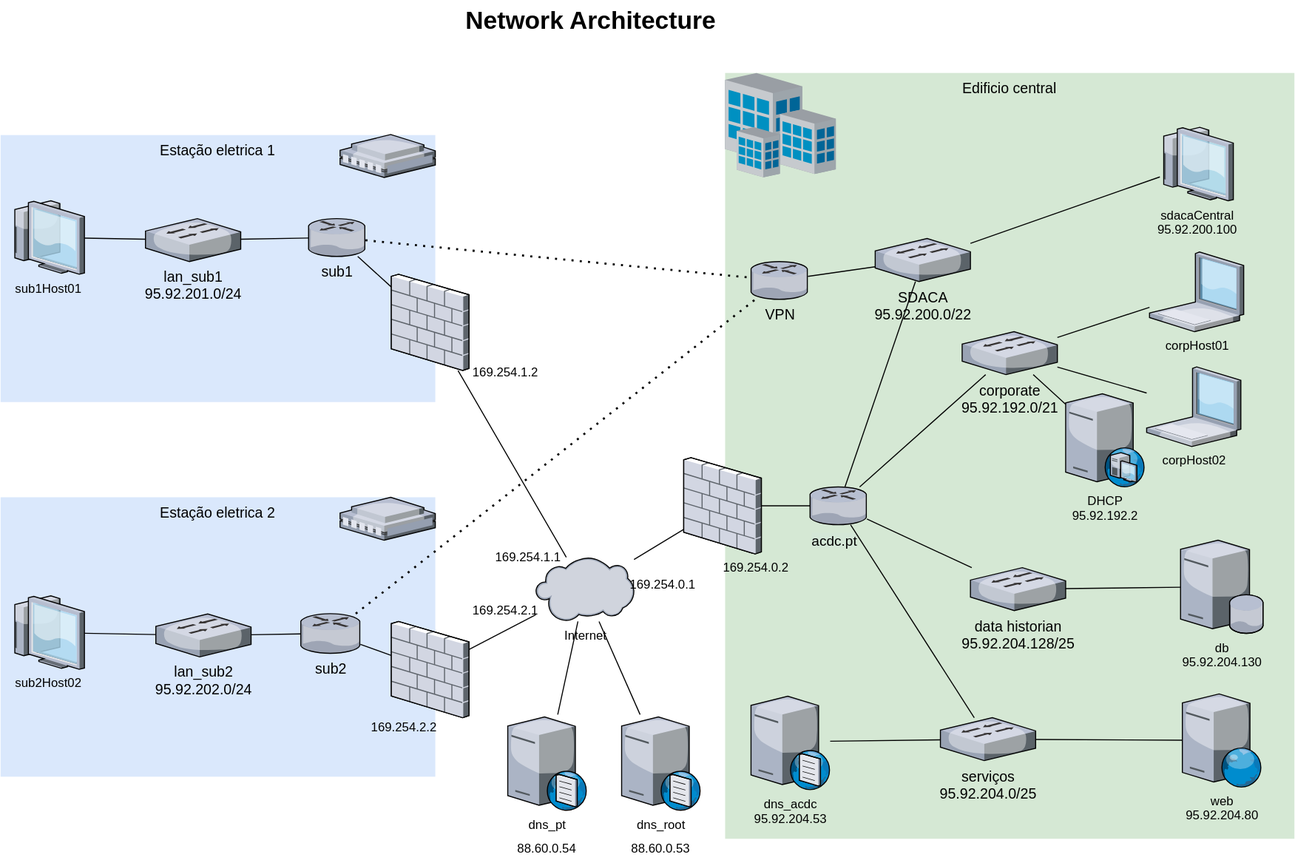
This is projArch.svg from samuelbarata/SIRS, a draw.io export, as it was before one commit. Source tidied: cells renumbered, new cells last; positions are measured from the earlier drawing's top-left corner, leaving out a move shared by most shapes.
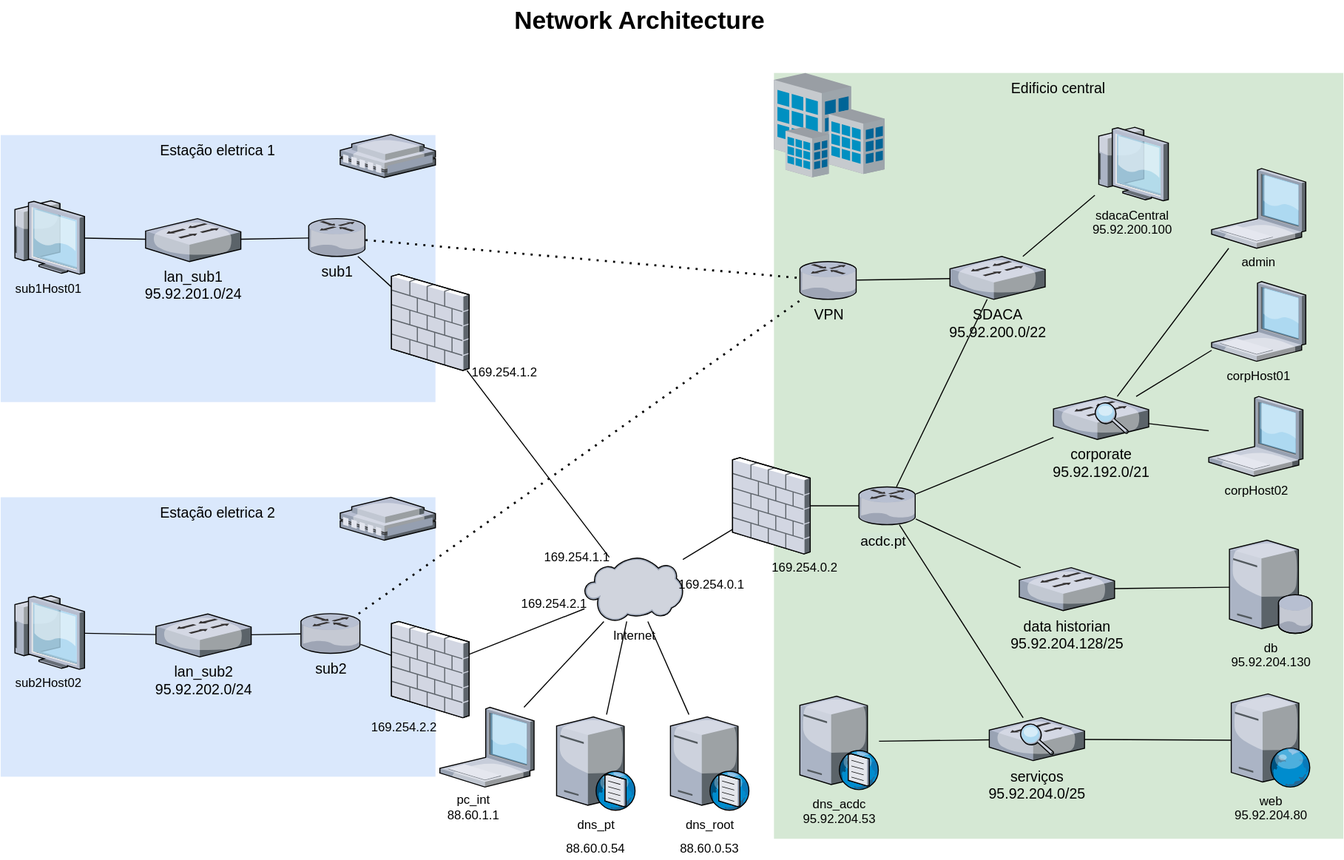
After the change.

Commit message:
add IDS, remove dhcp, add internet pc

What changed in the source:
```diff
@@ -6,7 +6,7 @@
       <mxGeometry x="700" y="70" width="550" height="740" as="geometry" />
     </mxCell>
     <mxCell id="3" value="Estação eletrica 1" style="whiteSpace=wrap;html=1;fillColor=#dae8fc;fontSize=14;strokeColor=none;verticalAlign=top;" parent="1" vertex="1">
-      <mxGeometry y="130" width="420" height="258" as="geometry" />
+      <mxGeometry x="-47" y="130" width="420" height="258" as="geometry" />
     </mxCell>
     <mxCell id="4" value="Network Architecture" style="text;strokeColor=none;fillColor=none;html=1;fontSize=24;fontStyle=1;verticalAlign=middle;align=center;" parent="1" vertex="1">
       <mxGeometry x="139" width="861" height="40" as="geometry" />
@@ -15,13 +15,13 @@
       <mxGeometry x="782" y="470" width="55" height="36.5" as="geometry" />
     </mxCell>
     <mxCell id="6" value="Estação eletrica 2" style="whiteSpace=wrap;html=1;fillColor=#dae8fc;fontSize=14;strokeColor=none;verticalAlign=top;" parent="1" vertex="1">
-      <mxGeometry y="480" width="420" height="270" as="geometry" />
+      <mxGeometry x="-47" y="480" width="420" height="270" as="geometry" />
     </mxCell>
     <mxCell id="7" value="sub2" style="verticalLabelPosition=bottom;html=1;verticalAlign=top;strokeColor=none;shape=mxgraph.citrix.router;fillColor=#66B2FF;gradientColor=#0066CC;fontSize=14;" parent="1" vertex="1">
-      <mxGeometry x="290" y="592.5" width="57.6" height="38.2" as="geometry" />
+      <mxGeometry x="243" y="592.5" width="57.6" height="38.2" as="geometry" />
     </mxCell>
     <mxCell id="8" value="sub1" style="verticalLabelPosition=bottom;html=1;verticalAlign=top;strokeColor=none;shape=mxgraph.citrix.router;fillColor=#66B2FF;gradientColor=#0066CC;fontSize=14;" parent="1" vertex="1">
-      <mxGeometry x="297.5" y="210.8" width="55" height="36.5" as="geometry" />
+      <mxGeometry x="250.5" y="210.8" width="55" height="36.5" as="geometry" />
     </mxCell>
     <mxCell id="9" style="verticalLabelPosition=bottom;html=1;verticalAlign=top;strokeColor=none;shape=mxgraph.citrix.site;fillColor=#66B2FF;gradientColor=#0066CC;fontSize=14;" parent="1" vertex="1">
       <mxGeometry x="700" y="70" width="107" height="101" as="geometry" />
@@ -29,26 +29,23 @@
     <mxCell id="10" value="dns_acdc&lt;br&gt;95.92.204.53" style="verticalLabelPosition=bottom;html=1;verticalAlign=top;strokeColor=none;align=center;outlineConnect=0;shape=mxgraph.citrix.dns_server;" parent="1" vertex="1">
       <mxGeometry x="725" y="670" width="76.5" height="92.5" as="geometry" />
     </mxCell>
-    <mxCell id="11" value="DHCP&lt;br&gt;95.92.192.2" style="verticalLabelPosition=bottom;html=1;verticalAlign=top;strokeColor=none;align=center;outlineConnect=0;shape=mxgraph.citrix.dhcp_server;" parent="1" vertex="1">
-      <mxGeometry x="1029" y="380" width="76" height="90" as="geometry" />
-    </mxCell>
     <mxCell id="12" value="web&lt;br&gt;95.92.204.80" style="verticalLabelPosition=bottom;html=1;verticalAlign=top;strokeColor=none;align=center;outlineConnect=0;shape=mxgraph.citrix.web_server;" parent="1" vertex="1">
       <mxGeometry x="1141.8" y="670" width="76.5" height="90" as="geometry" />
     </mxCell>
     <mxCell id="13" value="corporate&lt;br&gt;95.92.192.0/21" style="verticalLabelPosition=bottom;html=1;verticalAlign=top;strokeColor=none;shape=mxgraph.citrix.switch;fillColor=#66B2FF;gradientColor=#0066CC;fontSize=14;" parent="1" vertex="1">
-      <mxGeometry x="929" y="320" width="92" height="41.5" as="geometry" />
+      <mxGeometry x="970" y="382.6" width="92" height="41.5" as="geometry" />
     </mxCell>
     <mxCell id="14" value="lan_sub1&lt;br&gt;95.92.201.0/24" style="verticalLabelPosition=bottom;html=1;verticalAlign=top;strokeColor=none;shape=mxgraph.citrix.switch;fillColor=#66B2FF;gradientColor=#0066CC;fontSize=14;" parent="1" vertex="1">
-      <mxGeometry x="140" y="210.8" width="92" height="41.5" as="geometry" />
+      <mxGeometry x="93" y="210.8" width="92" height="41.5" as="geometry" />
     </mxCell>
     <mxCell id="15" value="lan_sub2&lt;br&gt;95.92.202.0/24" style="verticalLabelPosition=bottom;html=1;verticalAlign=top;strokeColor=none;shape=mxgraph.citrix.switch;fillColor=#66B2FF;gradientColor=#0066CC;fontSize=14;" parent="1" vertex="1">
-      <mxGeometry x="150" y="592.8" width="92" height="41.5" as="geometry" />
+      <mxGeometry x="103" y="592.8" width="92" height="41.5" as="geometry" />
     </mxCell>
     <mxCell id="16" value="serviços&lt;br&gt;95.92.204.0/25" style="verticalLabelPosition=bottom;html=1;verticalAlign=top;strokeColor=none;shape=mxgraph.citrix.switch;fillColor=#66B2FF;gradientColor=#0066CC;fontSize=14;" parent="1" vertex="1">
       <mxGeometry x="908" y="693" width="92" height="41.5" as="geometry" />
     </mxCell>
     <mxCell id="17" value="SDACA&lt;br&gt;95.92.200.0/22" style="verticalLabelPosition=bottom;html=1;verticalAlign=top;strokeColor=none;shape=mxgraph.citrix.switch;fillColor=#66B2FF;gradientColor=#0066CC;fontSize=14;" parent="1" vertex="1">
-      <mxGeometry x="845" y="230" width="92" height="41.5" as="geometry" />
+      <mxGeometry x="870" y="247.2" width="92" height="41.5" as="geometry" />
     </mxCell>
     <mxCell id="18" value="data historian&lt;br&gt;95.92.204.128/25" style="verticalLabelPosition=bottom;html=1;verticalAlign=top;strokeColor=none;shape=mxgraph.citrix.switch;fillColor=#66B2FF;gradientColor=#0066CC;fontSize=14;" parent="1" vertex="1">
       <mxGeometry x="937" y="548" width="92" height="41.5" as="geometry" />
@@ -66,10 +63,10 @@
       <mxGeometry relative="1" as="geometry" />
     </mxCell>
     <mxCell id="23" style="verticalLabelPosition=bottom;html=1;verticalAlign=top;strokeColor=none;align=center;shape=mxgraph.citrix.remote_office;" parent="1" vertex="1">
-      <mxGeometry x="328" y="480" width="92" height="41.5" as="geometry" />
+      <mxGeometry x="281" y="480" width="92" height="41.5" as="geometry" />
     </mxCell>
     <mxCell id="24" style="verticalLabelPosition=bottom;html=1;verticalAlign=top;strokeColor=none;align=center;shape=mxgraph.citrix.remote_office;" parent="1" vertex="1">
-      <mxGeometry x="328" y="129.5" width="92" height="41.5" as="geometry" />
+      <mxGeometry x="281" y="129.5" width="92" height="41.5" as="geometry" />
     </mxCell>
     <mxCell id="25" style="endArrow=none;html=1;" parent="1" edge="1" source="17" target="32">
       <mxGeometry relative="1" as="geometry" />
@@ -87,13 +84,13 @@
       <mxGeometry relative="1" as="geometry" />
     </mxCell>
     <mxCell id="30" value="sub2Host02" style="verticalLabelPosition=bottom;html=1;verticalAlign=top;strokeColor=none;align=center;outlineConnect=0;shape=mxgraph.citrix.thin_client;" parent="1" vertex="1">
-      <mxGeometry x="10" y="575.2" width="71" height="71" as="geometry" />
+      <mxGeometry x="-37" y="575.2" width="71" height="71" as="geometry" />
     </mxCell>
     <mxCell id="31" value="sub1Host01" style="verticalLabelPosition=bottom;html=1;verticalAlign=top;strokeColor=none;align=center;outlineConnect=0;shape=mxgraph.citrix.thin_client;" parent="1" vertex="1">
-      <mxGeometry x="10" y="193.5" width="71" height="71" as="geometry" />
+      <mxGeometry x="-37" y="193.5" width="71" height="71" as="geometry" />
     </mxCell>
     <mxCell id="32" value="sdacaCentral&lt;br&gt;95.92.200.100" style="verticalLabelPosition=bottom;html=1;verticalAlign=top;strokeColor=none;align=center;outlineConnect=0;shape=mxgraph.citrix.thin_client;" parent="1" vertex="1">
-      <mxGeometry x="1120" y="122.5" width="71" height="71" as="geometry" />
+      <mxGeometry x="1010" y="122.5" width="71" height="71" as="geometry" />
     </mxCell>
     <mxCell id="33" style="endArrow=none;html=1;" parent="1" edge="1" source="15" target="7">
       <mxGeometry relative="1" as="geometry" />
@@ -116,17 +113,14 @@
     <mxCell id="39" style="endArrow=none;html=1;" parent="1" edge="1" source="16" target="12">
       <mxGeometry relative="1" as="geometry" />
     </mxCell>
-    <mxCell id="40" style="endArrow=none;html=1;" parent="1" edge="1" source="13" target="11">
-      <mxGeometry relative="1" as="geometry" />
-    </mxCell>
     <mxCell id="41" style="endArrow=none;html=1;" parent="1" edge="1" source="16" target="10">
       <mxGeometry relative="1" as="geometry" />
     </mxCell>
     <mxCell id="42" value="corpHost01" style="verticalLabelPosition=bottom;html=1;verticalAlign=top;strokeColor=none;align=center;outlineConnect=0;shape=mxgraph.citrix.laptop_1;" parent="1" vertex="1">
-      <mxGeometry x="1110" y="243" width="91" height="77" as="geometry" />
+      <mxGeometry x="1122.8" y="271.6" width="91" height="77" as="geometry" />
     </mxCell>
     <mxCell id="43" value="corpHost02" style="verticalLabelPosition=bottom;html=1;verticalAlign=top;strokeColor=none;align=center;outlineConnect=0;shape=mxgraph.citrix.laptop_1;" parent="1" vertex="1">
-      <mxGeometry x="1107.2" y="354" width="91" height="77" as="geometry" />
+      <mxGeometry x="1120" y="382.6" width="91" height="77" as="geometry" />
     </mxCell>
     <mxCell id="44" style="endArrow=none;html=1;" parent="1" edge="1" source="42" target="13">
       <mxGeometry relative="1" as="geometry" />
@@ -144,10 +138,10 @@
       <mxGeometry relative="1" as="geometry" />
     </mxCell>
     <mxCell id="49" style="verticalLabelPosition=bottom;html=1;verticalAlign=top;strokeColor=none;align=center;outlineConnect=0;shape=mxgraph.citrix.firewall;" parent="1" vertex="1">
-      <mxGeometry x="377.5" y="600" width="75" height="93" as="geometry" />
+      <mxGeometry x="330.5" y="600" width="75" height="93" as="geometry" />
     </mxCell>
     <mxCell id="50" style="verticalLabelPosition=bottom;html=1;verticalAlign=top;strokeColor=none;align=center;outlineConnect=0;shape=mxgraph.citrix.firewall;" parent="1" vertex="1">
-      <mxGeometry x="377.5" y="264.5" width="75" height="93" as="geometry" />
+      <mxGeometry x="330.5" y="264.5" width="75" height="93" as="geometry" />
     </mxCell>
     <mxCell id="51" style="endArrow=none;html=1;" parent="1" edge="1" source="8" target="50">
       <mxGeometry relative="1" as="geometry" />
@@ -189,16 +183,37 @@
       <mxGeometry x="490" y="528" width="40" height="20" as="geometry" />
     </mxCell>
     <mxCell id="64" value="169.254.2.1" style="text;html=1;strokeColor=none;fillColor=none;align=center;verticalAlign=middle;whiteSpace=wrap;rounded=0;" parent="1" vertex="1">
-      <mxGeometry x="468.2" y="580" width="40" height="20" as="geometry" />
+      <mxGeometry x="468.2" y="572.8" width="40" height="20" as="geometry" />
     </mxCell>
     <mxCell id="65" value="169.254.2.2" style="text;html=1;strokeColor=none;fillColor=none;align=center;verticalAlign=middle;whiteSpace=wrap;rounded=0;" parent="1" vertex="1">
-      <mxGeometry x="370" y="693" width="40" height="20" as="geometry" />
+      <mxGeometry x="323" y="693" width="40" height="20" as="geometry" />
     </mxCell>
     <mxCell id="66" value="169.254.1.2" style="text;html=1;strokeColor=none;fillColor=none;align=center;verticalAlign=middle;whiteSpace=wrap;rounded=0;" parent="1" vertex="1">
-      <mxGeometry x="468.2" y="350" width="40" height="20" as="geometry" />
+      <mxGeometry x="420" y="350" width="40" height="20" as="geometry" />
     </mxCell>
     <mxCell id="67" value="169.254.0.2" style="text;html=1;strokeColor=none;fillColor=none;align=center;verticalAlign=middle;whiteSpace=wrap;rounded=0;" parent="1" vertex="1">
       <mxGeometry x="710" y="538" width="40" height="20" as="geometry" />
     </mxCell>
+    <mxCell id="68" style="verticalLabelPosition=bottom;html=1;verticalAlign=top;strokeColor=none;align=center;outlineConnect=0;shape=mxgraph.citrix.laptop_1;" parent="1" vertex="1">
+      <mxGeometry x="377.2" y="683" width="91" height="77" as="geometry" />
+    </mxCell>
+    <mxCell id="69" style="endArrow=none;html=1;" parent="1" edge="1" source="57" target="68">
+      <mxGeometry relative="1" as="geometry" />
+    </mxCell>
+    <mxCell id="70" value="pc_int&lt;br&gt;88.60.1.1" style="text;html=1;strokeColor=none;fillColor=none;align=center;verticalAlign=middle;whiteSpace=wrap;rounded=0;" parent="1" vertex="1">
+      <mxGeometry x="390" y="770" width="40" height="20" as="geometry" />
+    </mxCell>
+    <mxCell id="71" value="admin" style="verticalLabelPosition=bottom;html=1;verticalAlign=top;strokeColor=none;align=center;outlineConnect=0;shape=mxgraph.citrix.laptop_1;" parent="1" vertex="1">
+      <mxGeometry x="1122.8" y="162.4" width="91" height="77" as="geometry" />
+    </mxCell>
+    <mxCell id="72" style="endArrow=none;html=1;" parent="1" edge="1" source="71" target="13">
+      <mxGeometry relative="1" as="geometry" />
+    </mxCell>
+    <mxCell id="73" style="verticalLabelPosition=bottom;html=1;verticalAlign=top;strokeColor=none;align=center;shape=mxgraph.citrix.inspection;" parent="1" vertex="1">
+      <mxGeometry x="937.8" y="698.8" width="32.3" height="30" as="geometry" />
+    </mxCell>
+    <mxCell id="74" style="verticalLabelPosition=bottom;html=1;verticalAlign=top;strokeColor=none;align=center;shape=mxgraph.citrix.inspection;" parent="1" vertex="1">
+      <mxGeometry x="1010" y="388.4" width="32.3" height="30" as="geometry" />
+    </mxCell>
   </root>
 </mxGraphModel>
```
